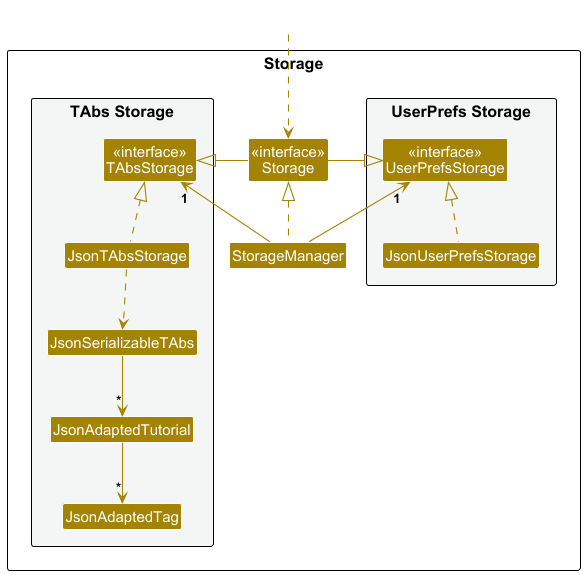
This is docs/images/StorageClassDiagram.png from AY2526S1-CS2103T-T12-2/tp, a PlantUML export, as it was before one commit. Its diagram source:
```plantuml
@startuml
!include style.puml
skinparam arrowThickness 1.1
skinparam arrowColor STORAGE_COLOR
skinparam classBackgroundColor STORAGE_COLOR

package Storage as StoragePackage {

package "UserPrefs Storage" #F4F6F6{
Class "<<interface>>\nUserPrefsStorage" as UserPrefsStorage
Class JsonUserPrefsStorage
}

Class "<<interface>>\nStorage" as Storage
Class StorageManager

package "TAbs Storage" #F4F6F6{
Class "<<interface>>\nTAbsStorage" as TAbsStorage
Class JsonTAbsStorage
Class JsonSerializableTAbs
Class JsonAdaptedTutorial
Class JsonAdaptedTag
}

}

Class HiddenOutside #FFFFFF
HiddenOutside ..> Storage

StorageManager .up.|> Storage
StorageManager -up-> "1" UserPrefsStorage
StorageManager -up-> "1" TAbsStorage

Storage -left-|> UserPrefsStorage
Storage -right-|> TAbsStorage

JsonUserPrefsStorage .up.|> UserPrefsStorage
JsonTAbsStorage .up.|> TAbsStorage
JsonTAbsStorage ..> JsonSerializableTAbs
JsonSerializableTAbs --> "*" JsonAdaptedTutorial
JsonAdaptedTutorial --> "*" JsonAdaptedTag

@enduml
```
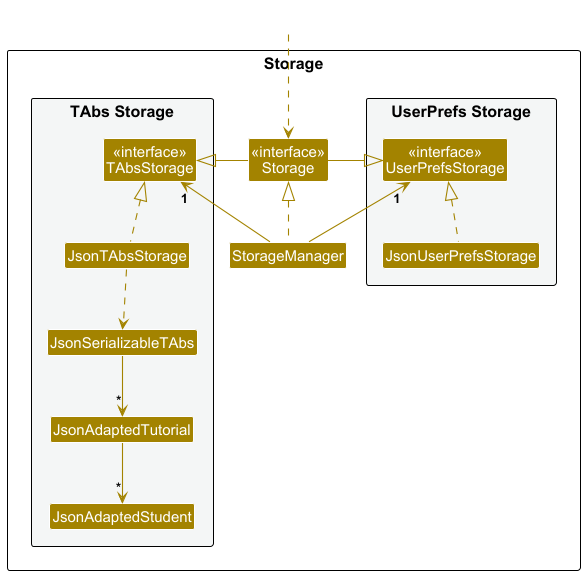
After the change.

Change to the diagram source:
```diff
@@ -19,7 +19,7 @@
 Class JsonTAbsStorage
 Class JsonSerializableTAbs
 Class JsonAdaptedTutorial
-Class JsonAdaptedTag
+Class JsonAdaptedStudent
 }
 
 }
@@ -38,6 +38,6 @@
 JsonTAbsStorage .up.|> TAbsStorage
 JsonTAbsStorage ..> JsonSerializableTAbs
 JsonSerializableTAbs --> "*" JsonAdaptedTutorial
-JsonAdaptedTutorial --> "*" JsonAdaptedTag
+JsonAdaptedTutorial --> "*" JsonAdaptedStudent
 
 @enduml
```
